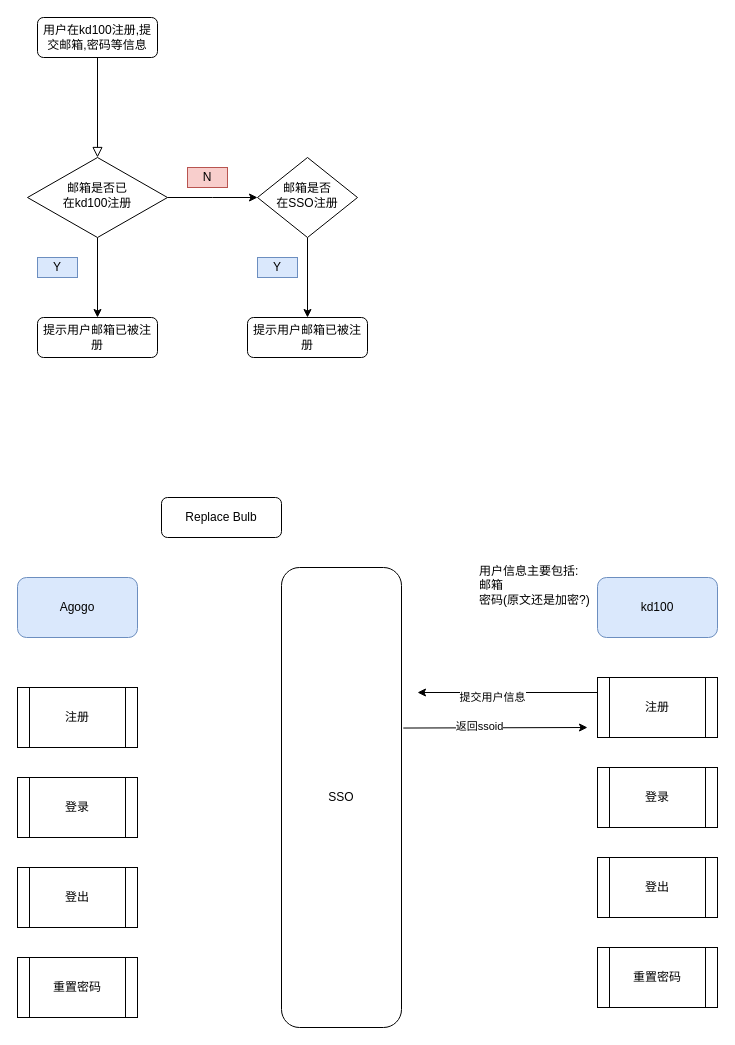
The draw.io diagram Untitled Diagram.drawio in KAKALZF/image, before the edit. Source tidied: cells renumbered, new cells numbered last; positions are measured from the earlier drawing's top-left corner, leaving out a move shared by most shapes. Both pictures are drawn from the tidied source at 100%, with x=0, y=0 at pixel (17, 17).
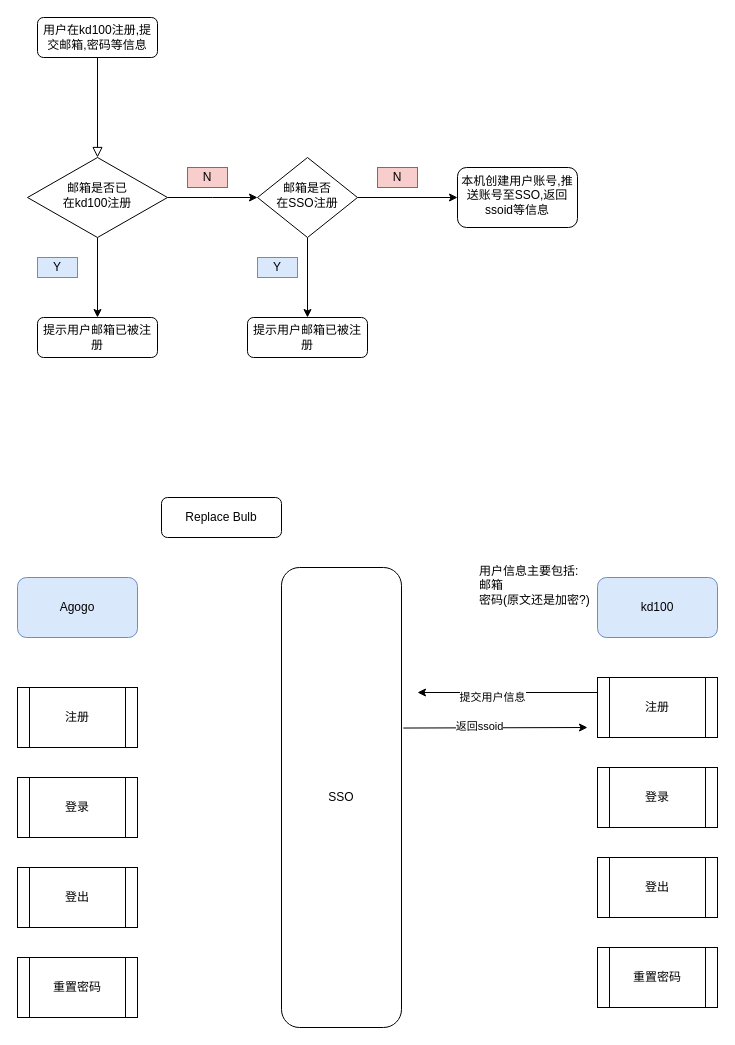
After the change.

Unchanged cells that the change refers to:
```xml
<mxCell id="8" value="&lt;div&gt;邮箱是否&lt;/div&gt;&lt;div&gt;在SSO注册&lt;/div&gt;" style="rhombus;whiteSpace=wrap;html=1;shadow=0;fontFamily=Helvetica;fontSize=12;align=center;strokeWidth=1;spacing=6;spacingTop=-4;" parent="1" vertex="1">
  <mxGeometry x="240" y="140" width="100" height="80" as="geometry" />
</mxCell>
```

Change to the diagram source:
```diff
@@
+    <mxCell id="35" style="edgeStyle=orthogonalEdgeStyle;rounded=0;jettySize=auto;html=1;exitX=1;exitY=0.5;exitDx=0;exitDy=0;" parent="1" edge="1" source="8" target="36">
+      <mxGeometry relative="1" as="geometry" />
+    </mxCell>
@@
+    <mxCell id="36" value="本机创建用户账号,推送账号至SSO,返回ssoid等信息" style="rounded=1;whiteSpace=wrap;html=1;align=center;verticalAlign=top;" parent="1" vertex="1">
+      <mxGeometry x="440" y="150" width="120" height="60" as="geometry" />
+    </mxCell>
+    <mxCell id="37" value="N" style="text;html=1;strokeColor=#b85450;fillColor=#f8cecc;align=center;verticalAlign=middle;whiteSpace=wrap;rounded=0;" parent="1" vertex="1">
+      <mxGeometry x="360" y="150" width="40" height="20" as="geometry" />
+    </mxCell>
```
